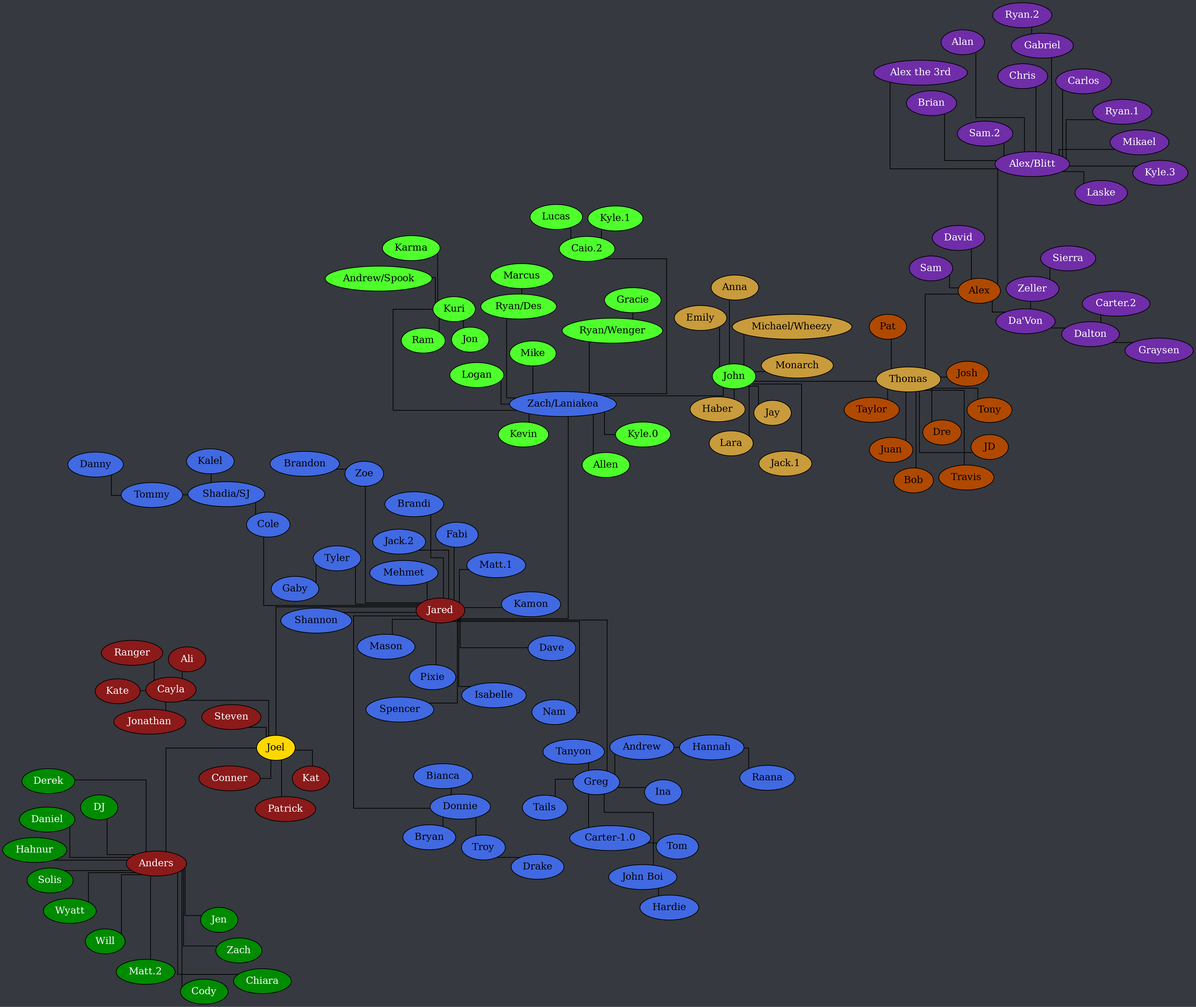
Before: tree.png, a diagram exported from Graphviz (Documidas/CoronaCatzFamilyTree). Its source is kept beside it as tree.dot.
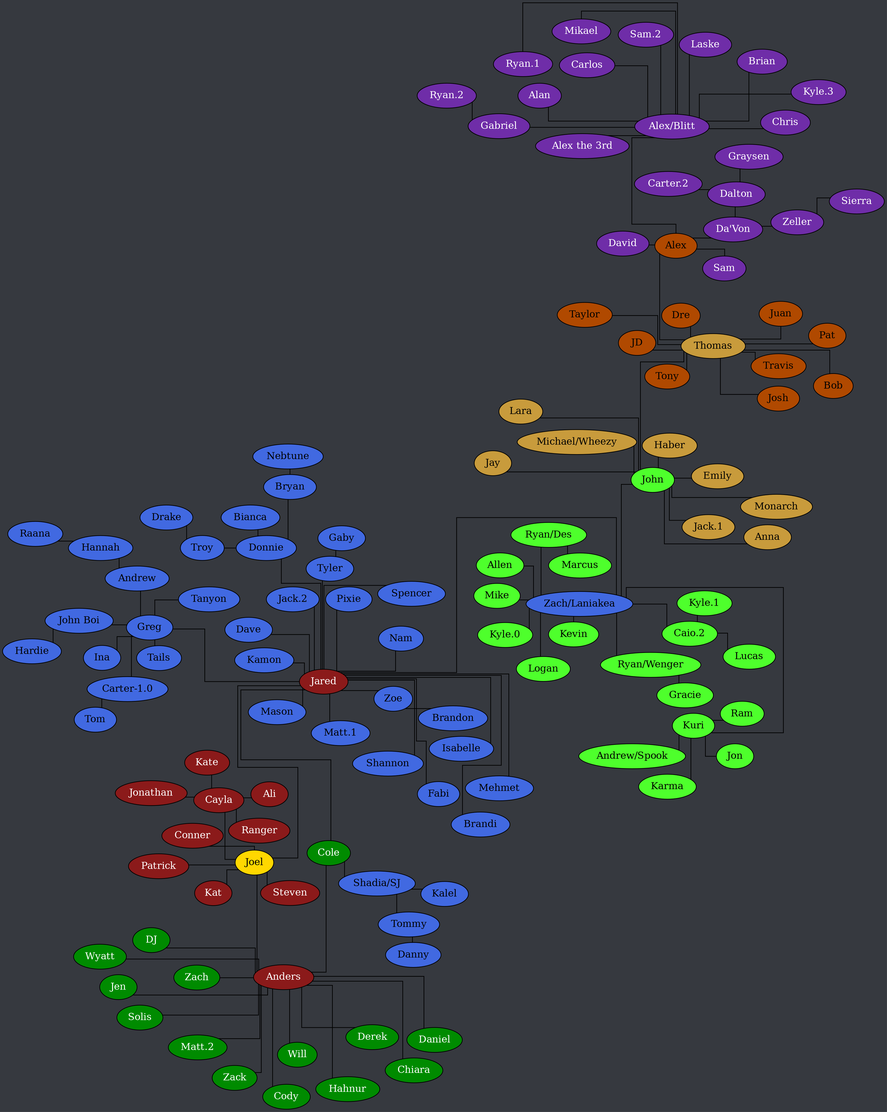
Later version of the same file.

Commit message:
Add Nebtune, Zack, Cole

The edit, as a diff of the source:
```diff
@@ -33,6 +33,7 @@
 
 		Anders -- Chiara;
 		Anders -- Cody;
+		Anders -- Cole;
 		Anders -- Daniel;
 		Anders -- Derek;
 		Anders -- DJ;
@@ -43,12 +44,14 @@
 		Anders -- Will;
 		Anders -- Wyatt;
 		Anders -- Zach;
+		Anders -- Zack;
 	}
 
 	subgraph "Jared" {
 		node [ style=filled fillcolor="royalblue" fontcolor="black" ];
 
 		Andrew -- Hannah;
+		Bryan -- Nebtune;
 		"Carter-1.0" -- Tom;
 		Cole -- "Shadia/SJ";
 		Donnie -- Bianca;
```
